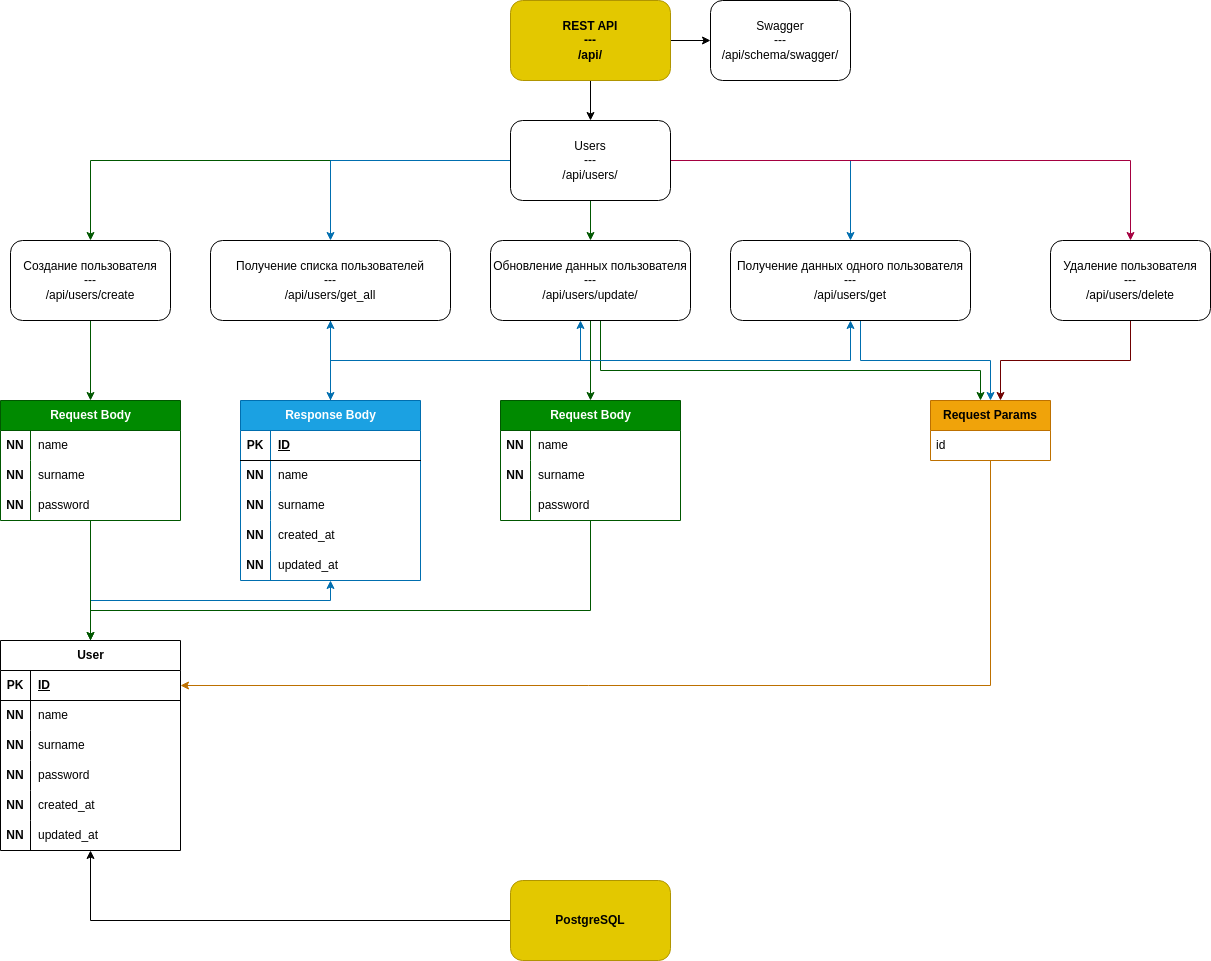
The draw.io diagram data/Diagram.drawio.png in ames0k0/TT--Litestar--User-Management, before a commit. Source tidied: cells renumbered, new cells last; positions are measured from the earlier drawing's top-left corner, leaving out a move shared by most shapes.
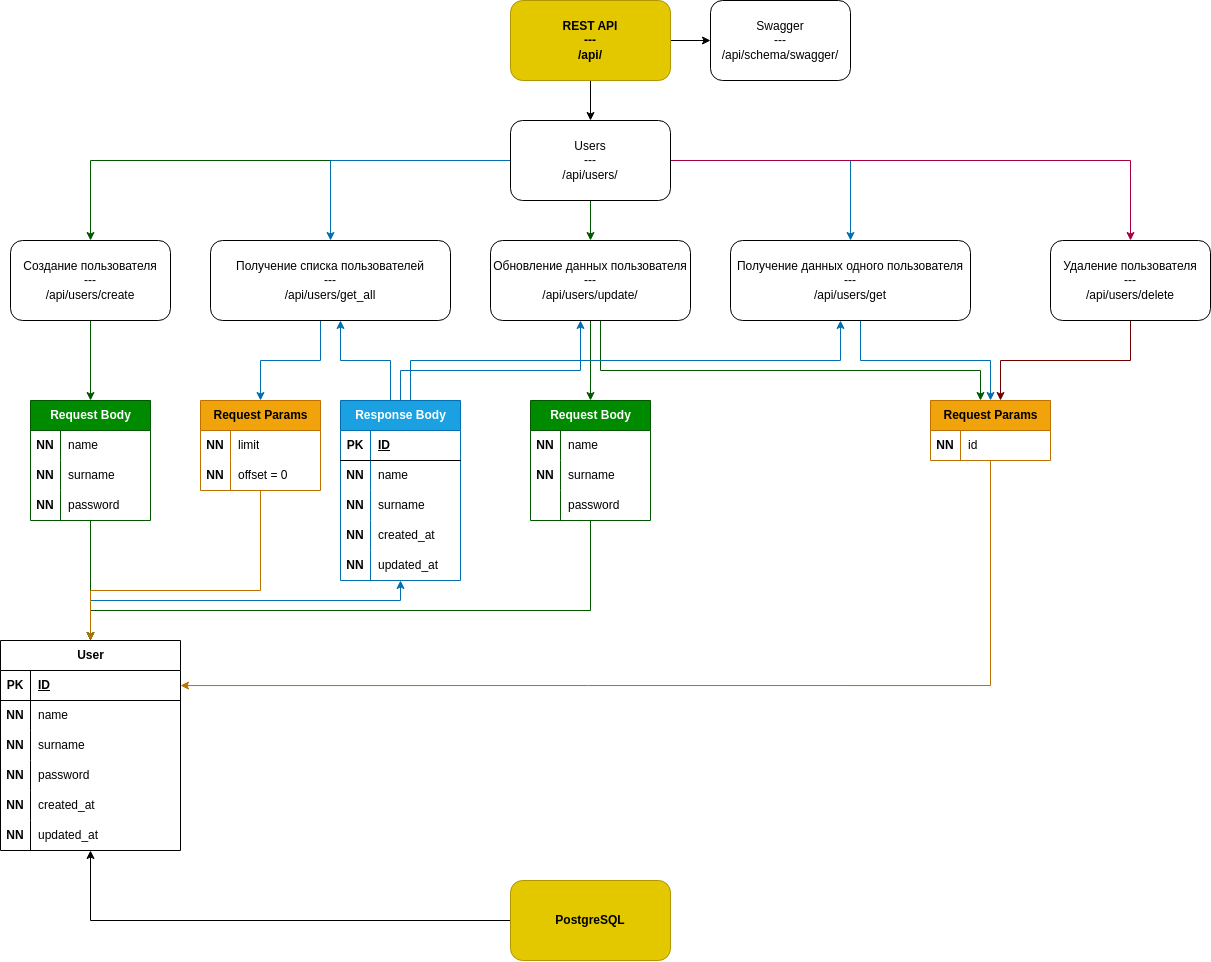
The same diagram one commit later.

What changed in the source:
```diff
@@ -8,3 +8,3 @@
           <mxPoint x="90" y="600" />
-          <mxPoint x="330" y="600" />
+          <mxPoint x="400" y="600" />
         </Array>
@@ -102,5 +102,10 @@
     </mxCell>
-    <mxCell id="33" style="edgeStyle=orthogonalEdgeStyle;rounded=0;jettySize=auto;html=1;fillColor=#1ba1e2;strokeColor=#006EAF;" parent="1" edge="1" source="34" target="46">
-      <mxGeometry relative="1" as="geometry" />
-    </mxCell>
+    <mxCell id="89" style="edgeStyle=orthogonalEdgeStyle;rounded=0;jettySize=auto;html=1;fillColor=#1ba1e2;strokeColor=#006EAF;" parent="1" edge="1" source="34" target="91">
+      <mxGeometry relative="1" as="geometry">
+        <Array as="points">
+          <mxPoint x="320" y="360" />
+          <mxPoint x="260" y="360" />
+        </Array>
+      </mxGeometry>
+    </mxCell>
     <mxCell id="34" value="Получение списка пользователей&lt;div&gt;---&lt;/div&gt;&lt;div&gt;/api/users/get_all&lt;/div&gt;" style="whiteSpace=wrap;html=1;rounded=1;" parent="1" vertex="1">
@@ -108,3 +113,3 @@
     </mxCell>
-    <mxCell id="35" style="edgeStyle=orthogonalEdgeStyle;rounded=0;jettySize=auto;html=1;fillColor=#1ba1e2;strokeColor=#006EAF;" parent="1" edge="1" source="36" target="63">
+    <mxCell id="35" style="edgeStyle=orthogonalEdgeStyle;rounded=0;jettySize=auto;html=1;fillColor=#1ba1e2;strokeColor=#006EAF;" parent="1" edge="1" source="36" target="99">
       <mxGeometry relative="1" as="geometry">
@@ -122,3 +127,3 @@
     </mxCell>
-    <mxCell id="38" style="edgeStyle=orthogonalEdgeStyle;rounded=0;jettySize=auto;html=1;fillColor=#008a00;strokeColor=#005700;" parent="1" edge="1" source="39" target="63">
+    <mxCell id="38" style="edgeStyle=orthogonalEdgeStyle;rounded=0;jettySize=auto;html=1;fillColor=#008a00;strokeColor=#005700;" parent="1" edge="1" source="39" target="99">
       <mxGeometry relative="1" as="geometry">
@@ -133,3 +138,3 @@
     </mxCell>
-    <mxCell id="40" style="edgeStyle=orthogonalEdgeStyle;rounded=0;jettySize=auto;html=1;fillColor=#a20025;strokeColor=#6F0000;" parent="1" edge="1" source="41" target="63">
+    <mxCell id="40" style="edgeStyle=orthogonalEdgeStyle;rounded=0;jettySize=auto;html=1;fillColor=#a20025;strokeColor=#6F0000;" parent="1" edge="1" source="41" target="99">
       <mxGeometry relative="1" as="geometry">
@@ -150,4 +155,4 @@
         <Array as="points">
-          <mxPoint x="330" y="360" />
-          <mxPoint x="580" y="360" />
+          <mxPoint x="400" y="370" />
+          <mxPoint x="580" y="370" />
         </Array>
@@ -158,4 +163,4 @@
         <Array as="points">
-          <mxPoint x="330" y="360" />
-          <mxPoint x="850" y="360" />
+          <mxPoint x="410" y="360" />
+          <mxPoint x="840" y="360" />
         </Array>
@@ -164,9 +169,14 @@
     <mxCell id="45" style="edgeStyle=orthogonalEdgeStyle;rounded=0;jettySize=auto;html=1;fillColor=#1ba1e2;strokeColor=#006EAF;" parent="1" edge="1" source="46" target="34">
-      <mxGeometry relative="1" as="geometry" />
+      <mxGeometry relative="1" as="geometry">
+        <Array as="points">
+          <mxPoint x="390" y="360" />
+          <mxPoint x="340" y="360" />
+        </Array>
+      </mxGeometry>
     </mxCell>
     <mxCell id="46" value="Response Body" style="shape=table;startSize=30;rowLines=0;fontStyle=1;align=center;html=1;fillColor=#1ba1e2;fontColor=#ffffff;strokeColor=#006EAF;" parent="1" vertex="1">
-      <mxGeometry x="240" y="400" width="180" height="180" as="geometry" />
+      <mxGeometry x="340" y="400" width="120" height="180" as="geometry" />
     </mxCell>
     <mxCell id="47" style="shape=tableRow;horizontal=0;startSize=0;swimlaneHead=0;swimlaneBody=0;fillColor=none;top=0;left=0;right=0;bottom=1;" parent="46" vertex="1">
-      <mxGeometry y="30" width="180" height="30" as="geometry" />
+      <mxGeometry y="30" width="120" height="30" as="geometry" />
     </mxCell>
@@ -176,6 +186,6 @@
     <mxCell id="49" value="ID" style="shape=partialRectangle;fillColor=none;top=0;left=0;bottom=0;right=0;align=left;spacingLeft=6;fontStyle=5;overflow=hidden;whiteSpace=wrap;html=1;" parent="47" vertex="1">
-      <mxGeometry x="30" width="150" height="30" as="geometry" />
+      <mxGeometry x="30" width="90" height="30" as="geometry" />
     </mxCell>
     <mxCell id="50" style="shape=tableRow;horizontal=0;startSize=0;swimlaneHead=0;swimlaneBody=0;fillColor=none;top=0;left=0;right=0;bottom=0;" parent="46" vertex="1">
-      <mxGeometry y="60" width="180" height="30" as="geometry" />
+      <mxGeometry y="60" width="120" height="30" as="geometry" />
     </mxCell>
@@ -185,6 +195,6 @@
     <mxCell id="52" value="name" style="shape=partialRectangle;fillColor=none;top=0;left=0;bottom=0;right=0;align=left;spacingLeft=6;overflow=hidden;whiteSpace=wrap;html=1;" parent="50" vertex="1">
-      <mxGeometry x="30" width="150" height="30" as="geometry" />
+      <mxGeometry x="30" width="90" height="30" as="geometry" />
     </mxCell>
     <mxCell id="53" style="shape=tableRow;horizontal=0;startSize=0;swimlaneHead=0;swimlaneBody=0;fillColor=none;top=0;left=0;right=0;bottom=0;" parent="46" vertex="1">
-      <mxGeometry y="90" width="180" height="30" as="geometry" />
+      <mxGeometry y="90" width="120" height="30" as="geometry" />
     </mxCell>
@@ -194,6 +204,6 @@
     <mxCell id="55" value="surname" style="shape=partialRectangle;fillColor=none;top=0;left=0;bottom=0;right=0;align=left;spacingLeft=6;overflow=hidden;whiteSpace=wrap;html=1;" parent="53" vertex="1">
-      <mxGeometry x="30" width="150" height="30" as="geometry" />
+      <mxGeometry x="30" width="90" height="30" as="geometry" />
     </mxCell>
     <mxCell id="56" style="shape=tableRow;horizontal=0;startSize=0;swimlaneHead=0;swimlaneBody=0;fillColor=none;top=0;left=0;right=0;bottom=0;" parent="46" vertex="1">
-      <mxGeometry y="120" width="180" height="30" as="geometry" />
+      <mxGeometry y="120" width="120" height="30" as="geometry" />
     </mxCell>
@@ -203,6 +213,6 @@
     <mxCell id="58" value="created_at" style="shape=partialRectangle;fillColor=none;top=0;left=0;bottom=0;right=0;align=left;spacingLeft=6;overflow=hidden;whiteSpace=wrap;html=1;" parent="56" vertex="1">
-      <mxGeometry x="30" width="150" height="30" as="geometry" />
+      <mxGeometry x="30" width="90" height="30" as="geometry" />
     </mxCell>
     <mxCell id="59" style="shape=tableRow;horizontal=0;startSize=0;swimlaneHead=0;swimlaneBody=0;fillColor=none;top=0;left=0;right=0;bottom=0;" parent="46" vertex="1">
-      <mxGeometry y="150" width="180" height="30" as="geometry" />
+      <mxGeometry y="150" width="120" height="30" as="geometry" />
     </mxCell>
@@ -212,13 +222,4 @@
     <mxCell id="61" value="updated_at" style="shape=partialRectangle;fillColor=none;top=0;left=0;bottom=0;right=0;align=left;spacingLeft=6;overflow=hidden;whiteSpace=wrap;html=1;" parent="59" vertex="1">
-      <mxGeometry x="30" width="150" height="30" as="geometry" />
+      <mxGeometry x="30" width="90" height="30" as="geometry" />
     </mxCell>
-    <mxCell id="62" style="edgeStyle=orthogonalEdgeStyle;rounded=0;jettySize=auto;html=1;fillColor=#f0a30a;strokeColor=#BD7000;" parent="1" edge="1" source="63" target="4">
-      <mxGeometry relative="1" as="geometry" />
-    </mxCell>
-    <mxCell id="63" value="&lt;span style=&quot;font-weight: 700; text-wrap-mode: nowrap;&quot;&gt;Request Params&lt;/span&gt;" style="swimlane;fontStyle=0;horizontal=1;startSize=30;whiteSpace=wrap;html=1;fillColor=#f0a30a;fontColor=#000000;strokeColor=#BD7000;" parent="1" vertex="1">
-      <mxGeometry x="930" y="400" width="120" height="60" as="geometry" />
-    </mxCell>
-    <mxCell id="64" value="id" style="text;strokeColor=none;fillColor=none;align=left;verticalAlign=middle;spacingLeft=4;spacingRight=4;overflow=hidden;whiteSpace=wrap;html=1;" parent="63" vertex="1">
-      <mxGeometry y="30" width="120" height="30" as="geometry" />
-    </mxCell>
     <mxCell id="65" style="edgeStyle=orthogonalEdgeStyle;rounded=0;jettySize=auto;html=1;" parent="1" edge="1" source="66" target="3">
@@ -238,6 +239,6 @@
     <mxCell id="68" value="Request Body" style="shape=table;startSize=30;rowLines=0;fontStyle=1;align=center;html=1;fillColor=#008a00;fontColor=#ffffff;strokeColor=#005700;" parent="1" vertex="1">
-      <mxGeometry x="500" y="400" width="180" height="120" as="geometry" />
+      <mxGeometry x="530" y="400" width="120" height="120" as="geometry" />
     </mxCell>
     <mxCell id="69" style="shape=tableRow;horizontal=0;startSize=0;swimlaneHead=0;swimlaneBody=0;fillColor=none;top=0;left=0;right=0;bottom=0;" parent="68" vertex="1">
-      <mxGeometry y="30" width="180" height="30" as="geometry" />
+      <mxGeometry y="30" width="120" height="30" as="geometry" />
     </mxCell>
@@ -247,6 +248,6 @@
     <mxCell id="71" value="name" style="shape=partialRectangle;fillColor=none;top=0;left=0;bottom=0;right=0;align=left;spacingLeft=6;overflow=hidden;whiteSpace=wrap;html=1;" parent="69" vertex="1">
-      <mxGeometry x="30" width="150" height="30" as="geometry" />
+      <mxGeometry x="30" width="90" height="30" as="geometry" />
     </mxCell>
     <mxCell id="72" style="shape=tableRow;horizontal=0;startSize=0;swimlaneHead=0;swimlaneBody=0;fillColor=none;top=0;left=0;right=0;bottom=0;" parent="68" vertex="1">
-      <mxGeometry y="60" width="180" height="30" as="geometry" />
+      <mxGeometry y="60" width="120" height="30" as="geometry" />
     </mxCell>
@@ -256,6 +257,6 @@
     <mxCell id="74" value="surname" style="shape=partialRectangle;fillColor=none;top=0;left=0;bottom=0;right=0;align=left;spacingLeft=6;overflow=hidden;whiteSpace=wrap;html=1;" parent="72" vertex="1">
-      <mxGeometry x="30" width="150" height="30" as="geometry" />
+      <mxGeometry x="30" width="90" height="30" as="geometry" />
     </mxCell>
     <mxCell id="75" style="shape=tableRow;horizontal=0;startSize=0;swimlaneHead=0;swimlaneBody=0;fillColor=none;top=0;left=0;right=0;bottom=0;" parent="68" vertex="1">
-      <mxGeometry y="90" width="180" height="30" as="geometry" />
+      <mxGeometry y="90" width="120" height="30" as="geometry" />
     </mxCell>
@@ -265,3 +266,3 @@
     <mxCell id="77" value="password" style="shape=partialRectangle;fillColor=none;top=0;left=0;bottom=0;right=0;align=left;spacingLeft=6;overflow=hidden;whiteSpace=wrap;html=1;" parent="75" vertex="1">
-      <mxGeometry x="30" width="150" height="30" as="geometry" />
+      <mxGeometry x="30" width="90" height="30" as="geometry" />
     </mxCell>
@@ -271,6 +272,6 @@
     <mxCell id="79" value="Request Body" style="shape=table;startSize=30;rowLines=0;fontStyle=1;align=center;html=1;fillColor=#008a00;fontColor=#ffffff;strokeColor=#005700;" parent="1" vertex="1">
-      <mxGeometry y="400" width="180" height="120" as="geometry" />
+      <mxGeometry x="30" y="400" width="120" height="120" as="geometry" />
     </mxCell>
     <mxCell id="80" style="shape=tableRow;horizontal=0;startSize=0;swimlaneHead=0;swimlaneBody=0;fillColor=none;top=0;left=0;right=0;bottom=0;" parent="79" vertex="1">
-      <mxGeometry y="30" width="180" height="30" as="geometry" />
+      <mxGeometry y="30" width="120" height="30" as="geometry" />
     </mxCell>
@@ -280,6 +281,6 @@
     <mxCell id="82" value="name" style="shape=partialRectangle;fillColor=none;top=0;left=0;bottom=0;right=0;align=left;spacingLeft=6;overflow=hidden;whiteSpace=wrap;html=1;" parent="80" vertex="1">
-      <mxGeometry x="30" width="150" height="30" as="geometry" />
+      <mxGeometry x="30" width="90" height="30" as="geometry" />
     </mxCell>
     <mxCell id="83" style="shape=tableRow;horizontal=0;startSize=0;swimlaneHead=0;swimlaneBody=0;fillColor=none;top=0;left=0;right=0;bottom=0;" parent="79" vertex="1">
-      <mxGeometry y="60" width="180" height="30" as="geometry" />
+      <mxGeometry y="60" width="120" height="30" as="geometry" />
     </mxCell>
@@ -289,6 +290,6 @@
     <mxCell id="85" value="surname" style="shape=partialRectangle;fillColor=none;top=0;left=0;bottom=0;right=0;align=left;spacingLeft=6;overflow=hidden;whiteSpace=wrap;html=1;" parent="83" vertex="1">
-      <mxGeometry x="30" width="150" height="30" as="geometry" />
+      <mxGeometry x="30" width="90" height="30" as="geometry" />
     </mxCell>
     <mxCell id="86" style="shape=tableRow;horizontal=0;startSize=0;swimlaneHead=0;swimlaneBody=0;fillColor=none;top=0;left=0;right=0;bottom=0;" parent="79" vertex="1">
-      <mxGeometry y="90" width="180" height="30" as="geometry" />
+      <mxGeometry y="90" width="120" height="30" as="geometry" />
     </mxCell>
@@ -298,4 +299,48 @@
     <mxCell id="88" value="password" style="shape=partialRectangle;fillColor=none;top=0;left=0;bottom=0;right=0;align=left;spacingLeft=6;overflow=hidden;whiteSpace=wrap;html=1;" parent="86" vertex="1">
-      <mxGeometry x="30" width="150" height="30" as="geometry" />
+      <mxGeometry x="30" width="90" height="30" as="geometry" />
     </mxCell>
+    <mxCell id="90" style="edgeStyle=orthogonalEdgeStyle;rounded=0;jettySize=auto;html=1;fillColor=#f0a30a;strokeColor=#BD7000;" parent="1" edge="1" source="91" target="3">
+      <mxGeometry relative="1" as="geometry">
+        <Array as="points">
+          <mxPoint x="260" y="590" />
+          <mxPoint x="90" y="590" />
+        </Array>
+      </mxGeometry>
+    </mxCell>
+    <mxCell id="91" value="Request Params" style="shape=table;startSize=30;rowLines=0;fontStyle=1;align=center;html=1;fillColor=#f0a30a;fontColor=#000000;strokeColor=#BD7000;" parent="1" vertex="1">
+      <mxGeometry x="200" y="400" width="120" height="90" as="geometry" />
+    </mxCell>
+    <mxCell id="92" style="shape=tableRow;horizontal=0;startSize=0;swimlaneHead=0;swimlaneBody=0;fillColor=none;top=0;left=0;right=0;bottom=0;" parent="91" vertex="1">
+      <mxGeometry y="30" width="120" height="30" as="geometry" />
+    </mxCell>
+    <mxCell id="93" value="&lt;b&gt;NN&lt;/b&gt;" style="shape=partialRectangle;fillColor=none;top=0;left=0;bottom=0;right=0;overflow=hidden;whiteSpace=wrap;html=1;" parent="92" vertex="1">
+      <mxGeometry width="30" height="30" as="geometry" />
+    </mxCell>
+    <mxCell id="94" value="limit" style="shape=partialRectangle;fillColor=none;top=0;left=0;bottom=0;right=0;align=left;spacingLeft=6;overflow=hidden;whiteSpace=wrap;html=1;" parent="92" vertex="1">
+      <mxGeometry x="30" width="90" height="30" as="geometry" />
+    </mxCell>
+    <mxCell id="95" style="shape=tableRow;horizontal=0;startSize=0;swimlaneHead=0;swimlaneBody=0;fillColor=none;top=0;left=0;right=0;bottom=0;" parent="91" vertex="1">
+      <mxGeometry y="60" width="120" height="30" as="geometry" />
+    </mxCell>
+    <mxCell id="96" value="&lt;b&gt;NN&lt;/b&gt;" style="shape=partialRectangle;fillColor=none;top=0;left=0;bottom=0;right=0;overflow=hidden;whiteSpace=wrap;html=1;" parent="95" vertex="1">
+      <mxGeometry width="30" height="30" as="geometry" />
+    </mxCell>
+    <mxCell id="97" value="offset = 0" style="shape=partialRectangle;fillColor=none;top=0;left=0;bottom=0;right=0;align=left;spacingLeft=6;overflow=hidden;whiteSpace=wrap;html=1;" parent="95" vertex="1">
+      <mxGeometry x="30" width="90" height="30" as="geometry" />
+    </mxCell>
+    <mxCell id="98" style="edgeStyle=orthogonalEdgeStyle;rounded=0;jettySize=auto;html=1;fillColor=#f0a30a;strokeColor=#BD7000;" parent="1" edge="1" source="99" target="4">
+      <mxGeometry relative="1" as="geometry" />
+    </mxCell>
+    <mxCell id="99" value="Request Params" style="shape=table;startSize=30;rowLines=0;fontStyle=1;align=center;html=1;fillColor=#f0a30a;fontColor=#000000;strokeColor=#BD7000;" parent="1" vertex="1">
+      <mxGeometry x="930" y="400" width="120" height="60" as="geometry" />
+    </mxCell>
+    <mxCell id="100" style="shape=tableRow;horizontal=0;startSize=0;swimlaneHead=0;swimlaneBody=0;fillColor=none;top=0;left=0;right=0;bottom=0;" parent="99" vertex="1">
+      <mxGeometry y="30" width="120" height="30" as="geometry" />
+    </mxCell>
+    <mxCell id="101" value="&lt;b&gt;NN&lt;/b&gt;" style="shape=partialRectangle;fillColor=none;top=0;left=0;bottom=0;right=0;overflow=hidden;whiteSpace=wrap;html=1;" parent="100" vertex="1">
+      <mxGeometry width="30" height="30" as="geometry" />
+    </mxCell>
+    <mxCell id="64" value="id" style="shape=partialRectangle;fillColor=none;top=0;left=0;bottom=0;right=0;align=left;spacingLeft=6;overflow=hidden;whiteSpace=wrap;html=1;" parent="100" vertex="1">
+      <mxGeometry x="30" width="90" height="30" as="geometry" />
+    </mxCell>
   </root>
```
